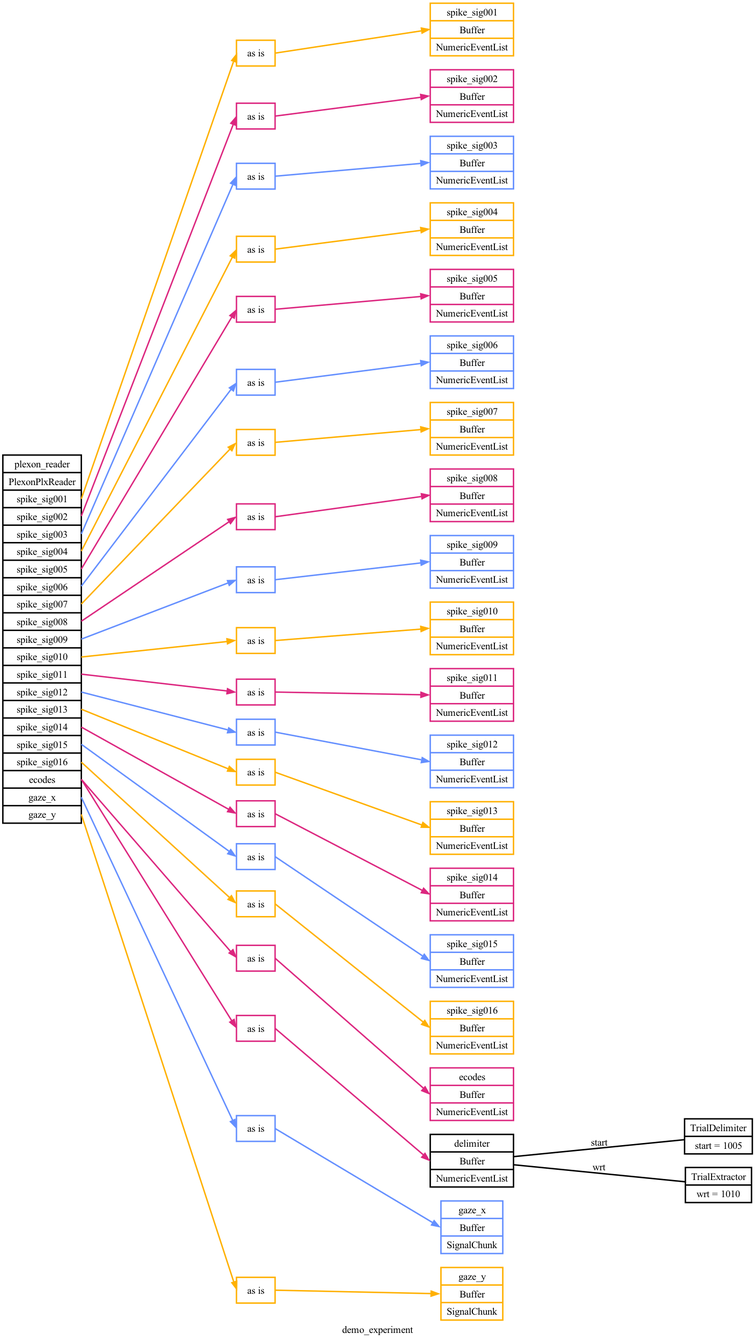
This is pyramid/docs/plexon-demo/demo_experiment.png from benjamin-heasly/gold-lab-nwb-conversions, a Graphviz export, as it was before one commit. Its source is kept beside it as pyramid/docs/plexon-demo/demo_experiment.dot.
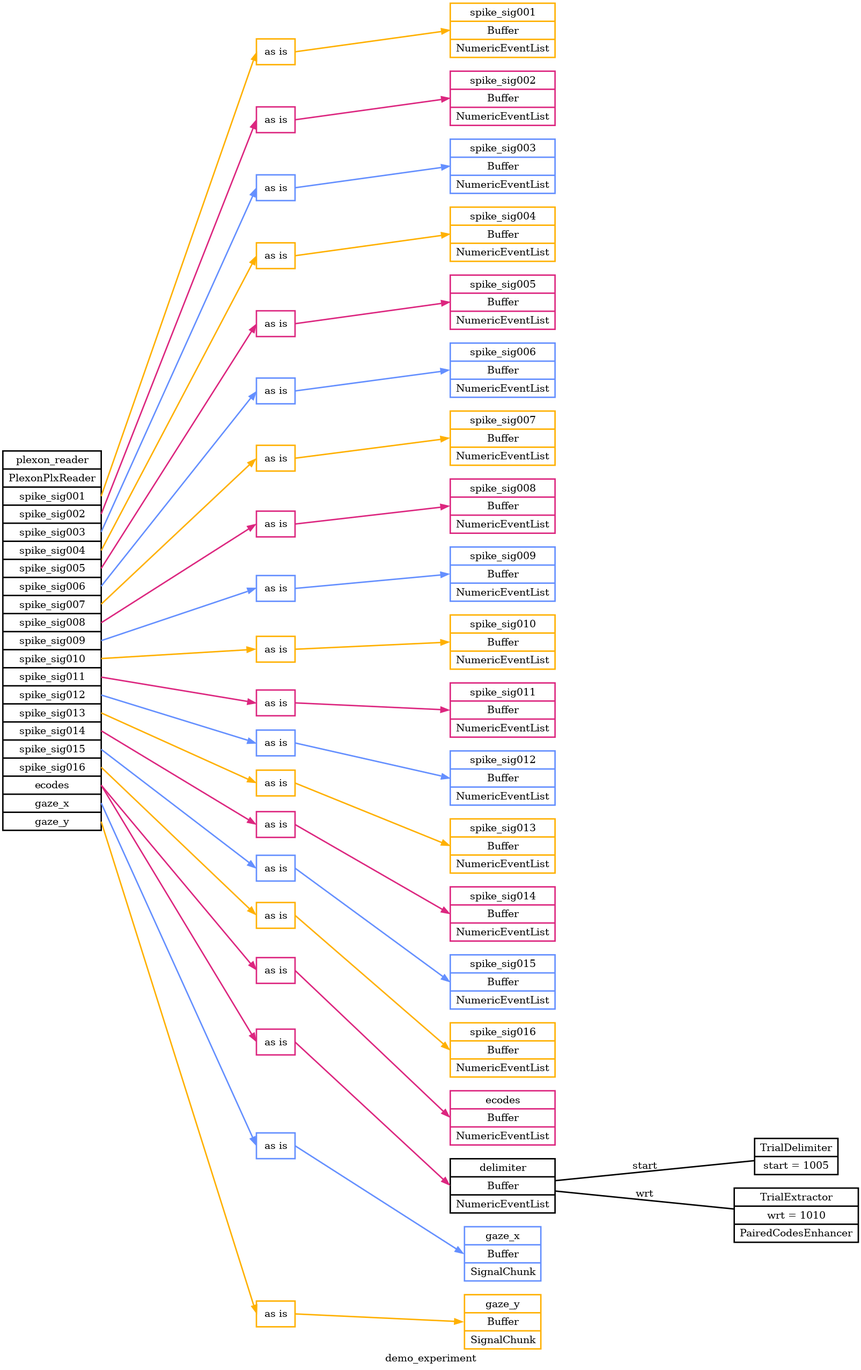
The same file after the commit.

Commit message:
Add ecodes rules and paired codes enhancer to Pyramid Plexon demo.

The edit, as a diff of the source:
```diff
@@ -85,6 +85,6 @@
 	plexon_reader_route_19:e -> delimiter:w [color="#DC267F"]
 	trial_delimiter [label="TrialDelimiter|start = 1005" shape=record]
 	delimiter -> trial_delimiter [label=start arrowhead=none arrowtail=none]
-	trial_extractor [label="TrialExtractor|wrt = 1010" shape=record]
+	trial_extractor [label="TrialExtractor|wrt = 1010|PairedCodesEnhancer" shape=record]
 	delimiter -> trial_extractor [label=wrt arrowhead=none arrowtail=none]
 }
```
